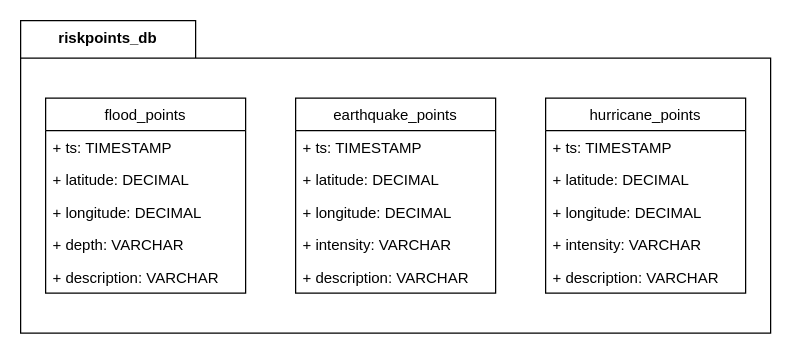
riskaway/architecture keeps this draw.io diagram as page "Page-2" (2 of 2) of riskaway_arch.drawio. Above is the earlier version. Source tidied: cells renumbered, new cells numbered last; positions are measured from the earlier drawing's top-left corner, leaving out a move shared by most shapes. Both pictures are drawn from the tidied source at 125%, with x=0, y=0 at pixel (20, 20).
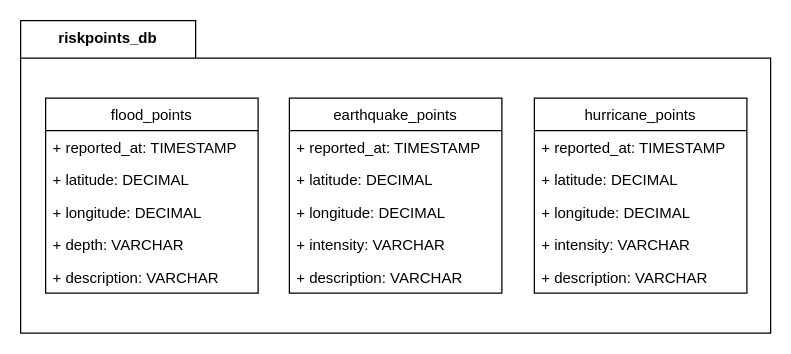
After the change.

What changed in the source:
```diff
@@
     <mxCell id="3" value="flood_points" style="swimlane;fontStyle=0;horizontal=1;startSize=26;fillColor=none;" parent="1" vertex="1">
-      <mxGeometry x="20" y="62" width="160" height="156" as="geometry" />
+      <mxGeometry x="20" y="62" width="170" height="156" as="geometry" />
     </mxCell>
-    <mxCell id="4" value="+ ts: TIMESTAMP" style="text;strokeColor=none;fillColor=none;align=left;verticalAlign=top;spacingLeft=4;spacingRight=4;overflow=hidden;" parent="3" vertex="1">
-      <mxGeometry y="26" width="160" height="26" as="geometry" />
+    <mxCell id="4" value="+ reported_at: TIMESTAMP" style="text;strokeColor=none;fillColor=none;align=left;verticalAlign=top;spacingLeft=4;spacingRight=4;overflow=hidden;" parent="3" vertex="1">
+      <mxGeometry y="26" width="170" height="26" as="geometry" />
     </mxCell>
     <mxCell id="5" value="+ latitude: DECIMAL" style="text;strokeColor=none;fillColor=none;align=left;verticalAlign=top;spacingLeft=4;spacingRight=4;overflow=hidden;" parent="3" vertex="1">
-      <mxGeometry y="52" width="160" height="26" as="geometry" />
+      <mxGeometry y="52" width="170" height="26" as="geometry" />
     </mxCell>
     <mxCell id="6" value="+ longitude: DECIMAL" style="text;strokeColor=none;fillColor=none;align=left;verticalAlign=top;spacingLeft=4;spacingRight=4;overflow=hidden;" parent="3" vertex="1">
-      <mxGeometry y="78" width="160" height="26" as="geometry" />
+      <mxGeometry y="78" width="170" height="26" as="geometry" />
     </mxCell>
     <mxCell id="7" value="+ depth: VARCHAR" style="text;strokeColor=none;fillColor=none;align=left;verticalAlign=top;spacingLeft=4;spacingRight=4;overflow=hidden;" parent="3" vertex="1">
-      <mxGeometry y="104" width="160" height="26" as="geometry" />
+      <mxGeometry y="104" width="170" height="26" as="geometry" />
     </mxCell>
     <mxCell id="8" value="+ description: VARCHAR" style="text;strokeColor=none;fillColor=none;align=left;verticalAlign=top;spacingLeft=4;spacingRight=4;overflow=hidden;" parent="3" vertex="1">
-      <mxGeometry y="130" width="160" height="26" as="geometry" />
+      <mxGeometry y="130" width="170" height="26" as="geometry" />
     </mxCell>
     <mxCell id="9" value="earthquake_points" style="swimlane;fontStyle=0;horizontal=1;startSize=26;fillColor=none;" parent="1" vertex="1">
-      <mxGeometry x="220" y="62" width="160" height="156" as="geometry" />
+      <mxGeometry x="215" y="62" width="170" height="156" as="geometry" />
     </mxCell>
-    <mxCell id="10" value="+ ts: TIMESTAMP" style="text;strokeColor=none;fillColor=none;align=left;verticalAlign=top;spacingLeft=4;spacingRight=4;overflow=hidden;" parent="9" vertex="1">
-      <mxGeometry y="26" width="160" height="26" as="geometry" />
+    <mxCell id="10" value="+ reported_at: TIMESTAMP" style="text;strokeColor=none;fillColor=none;align=left;verticalAlign=top;spacingLeft=4;spacingRight=4;overflow=hidden;" parent="9" vertex="1">
+      <mxGeometry y="26" width="170" height="26" as="geometry" />
     </mxCell>
     <mxCell id="11" value="+ latitude: DECIMAL" style="text;strokeColor=none;fillColor=none;align=left;verticalAlign=top;spacingLeft=4;spacingRight=4;overflow=hidden;" parent="9" vertex="1">
-      <mxGeometry y="52" width="160" height="26" as="geometry" />
+      <mxGeometry y="52" width="170" height="26" as="geometry" />
     </mxCell>
     <mxCell id="12" value="+ longitude: DECIMAL" style="text;strokeColor=none;fillColor=none;align=left;verticalAlign=top;spacingLeft=4;spacingRight=4;overflow=hidden;" parent="9" vertex="1">
-      <mxGeometry y="78" width="160" height="26" as="geometry" />
+      <mxGeometry y="78" width="170" height="26" as="geometry" />
     </mxCell>
     <mxCell id="13" value="+ intensity: VARCHAR" style="text;strokeColor=none;fillColor=none;align=left;verticalAlign=top;spacingLeft=4;spacingRight=4;overflow=hidden;" parent="9" vertex="1">
-      <mxGeometry y="104" width="160" height="26" as="geometry" />
+      <mxGeometry y="104" width="170" height="26" as="geometry" />
     </mxCell>
     <mxCell id="14" value="+ description: VARCHAR" style="text;strokeColor=none;fillColor=none;align=left;verticalAlign=top;spacingLeft=4;spacingRight=4;overflow=hidden;" parent="9" vertex="1">
-      <mxGeometry y="130" width="160" height="26" as="geometry" />
+      <mxGeometry y="130" width="170" height="26" as="geometry" />
     </mxCell>
     <mxCell id="15" value="hurricane_points" style="swimlane;fontStyle=0;horizontal=1;startSize=26;fillColor=none;" parent="1" vertex="1">
-      <mxGeometry x="420" y="62" width="160" height="156" as="geometry" />
+      <mxGeometry x="411" y="62" width="170" height="156" as="geometry" />
     </mxCell>
-    <mxCell id="16" value="+ ts: TIMESTAMP" style="text;strokeColor=none;fillColor=none;align=left;verticalAlign=top;spacingLeft=4;spacingRight=4;overflow=hidden;" parent="15" vertex="1">
-      <mxGeometry y="26" width="160" height="26" as="geometry" />
+    <mxCell id="16" value="+ reported_at: TIMESTAMP" style="text;strokeColor=none;fillColor=none;align=left;verticalAlign=top;spacingLeft=4;spacingRight=4;overflow=hidden;" parent="15" vertex="1">
+      <mxGeometry y="26" width="170" height="26" as="geometry" />
     </mxCell>
     <mxCell id="17" value="+ latitude: DECIMAL" style="text;strokeColor=none;fillColor=none;align=left;verticalAlign=top;spacingLeft=4;spacingRight=4;overflow=hidden;" parent="15" vertex="1">
-      <mxGeometry y="52" width="160" height="26" as="geometry" />
+      <mxGeometry y="52" width="170" height="26" as="geometry" />
     </mxCell>
     <mxCell id="18" value="+ longitude: DECIMAL" style="text;strokeColor=none;fillColor=none;align=left;verticalAlign=top;spacingLeft=4;spacingRight=4;overflow=hidden;" parent="15" vertex="1">
-      <mxGeometry y="78" width="160" height="26" as="geometry" />
+      <mxGeometry y="78" width="170" height="26" as="geometry" />
     </mxCell>
     <mxCell id="19" value="+ intensity: VARCHAR" style="text;strokeColor=none;fillColor=none;align=left;verticalAlign=top;spacingLeft=4;spacingRight=4;overflow=hidden;" parent="15" vertex="1">
-      <mxGeometry y="104" width="160" height="26" as="geometry" />
+      <mxGeometry y="104" width="170" height="26" as="geometry" />
     </mxCell>
     <mxCell id="20" value="+ description: VARCHAR" style="text;strokeColor=none;fillColor=none;align=left;verticalAlign=top;spacingLeft=4;spacingRight=4;overflow=hidden;" parent="15" vertex="1">
-      <mxGeometry y="130" width="160" height="26" as="geometry" />
+      <mxGeometry y="130" width="170" height="26" as="geometry" />
     </mxCell>
```
